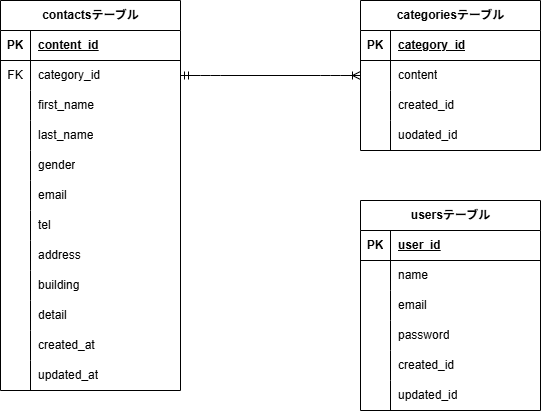
The draw.io diagram er.drawio.png in miho-85-ux/testcontact-form, before a commit. Source tidied: cells renumbered, new cells last; positions are measured from the earlier drawing's top-left corner, leaving out a move shared by most shapes.
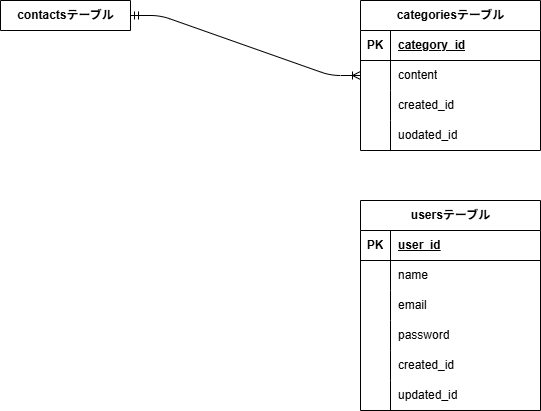
Later version of the same file.

The edit, as a diff of the source:
```diff
@@ -98,119 +98,8 @@
     <mxCell id="33" value="updated_id" style="shape=partialRectangle;fillColor=none;top=0;left=0;bottom=0;right=0;align=left;spacingLeft=6;overflow=hidden;whiteSpace=wrap;html=1;" parent="31" vertex="1">
       <mxGeometry x="30" width="150" height="30" as="geometry" />
     </mxCell>
-    <mxCell id="34" value="contactsテーブル" style="shape=table;startSize=30;rowLines=0;fontStyle=1;align=center;html=1;" parent="1" vertex="1">
-      <mxGeometry width="180" height="390" as="geometry" />
+    <mxCell id="34" value="contactsテーブル" style="shape=table;startSize=30;rowLines=0;fontStyle=1;align=center;html=1;" parent="1" vertex="1" collapsed="1">
+      <mxGeometry width="130" height="30" as="geometry" />
     </mxCell>
-    <mxCell id="35" style="shape=tableRow;horizontal=0;startSize=0;swimlaneHead=0;swimlaneBody=0;fillColor=none;top=0;left=0;right=0;bottom=1;" parent="34" vertex="1">
-      <mxGeometry y="30" width="180" height="30" as="geometry" />
-    </mxCell>
-    <mxCell id="36" value="PK" style="shape=partialRectangle;fillColor=none;top=0;left=0;bottom=0;right=0;fontStyle=1;overflow=hidden;whiteSpace=wrap;html=1;" parent="35" vertex="1">
-      <mxGeometry width="30" height="30" as="geometry" />
-    </mxCell>
-    <mxCell id="37" value="content_id" style="shape=partialRectangle;fillColor=none;top=0;left=0;bottom=0;right=0;align=left;spacingLeft=6;fontStyle=5;overflow=hidden;whiteSpace=wrap;html=1;" parent="35" vertex="1">
-      <mxGeometry x="30" width="150" height="30" as="geometry" />
-    </mxCell>
-    <mxCell id="38" style="shape=tableRow;horizontal=0;startSize=0;swimlaneHead=0;swimlaneBody=0;fillColor=none;points=[[0,0.5],[1,0.5]];portConstraint=eastwest;top=0;left=0;right=0;bottom=0;" parent="34" vertex="1">
-      <mxGeometry y="60" width="180" height="30" as="geometry" />
-    </mxCell>
-    <mxCell id="39" value="FK" style="shape=partialRectangle;fillColor=none;top=0;left=0;bottom=0;right=0;overflow=hidden;whiteSpace=wrap;html=1;" parent="38" vertex="1">
-      <mxGeometry width="30" height="30" as="geometry" />
-    </mxCell>
-    <mxCell id="40" value="category_id" style="shape=partialRectangle;fillColor=none;top=0;left=0;bottom=0;right=0;align=left;spacingLeft=6;overflow=hidden;whiteSpace=wrap;html=1;" parent="38" vertex="1">
-      <mxGeometry x="30" width="150" height="30" as="geometry" />
-    </mxCell>
-    <mxCell id="41" style="shape=tableRow;horizontal=0;startSize=0;swimlaneHead=0;swimlaneBody=0;fillColor=none;top=0;left=0;right=0;bottom=0;" parent="34" vertex="1">
-      <mxGeometry y="90" width="180" height="30" as="geometry" />
-    </mxCell>
-    <mxCell id="42" style="shape=partialRectangle;fillColor=none;top=0;left=0;bottom=0;right=0;overflow=hidden;whiteSpace=wrap;html=1;" parent="41" vertex="1">
-      <mxGeometry width="30" height="30" as="geometry" />
-    </mxCell>
-    <mxCell id="43" value="first_name" style="shape=partialRectangle;fillColor=none;top=0;left=0;bottom=0;right=0;align=left;spacingLeft=6;overflow=hidden;whiteSpace=wrap;html=1;" parent="41" vertex="1">
-      <mxGeometry x="30" width="150" height="30" as="geometry" />
-    </mxCell>
-    <mxCell id="44" style="shape=tableRow;horizontal=0;startSize=0;swimlaneHead=0;swimlaneBody=0;fillColor=none;top=0;left=0;right=0;bottom=0;" parent="34" vertex="1">
-      <mxGeometry y="120" width="180" height="30" as="geometry" />
-    </mxCell>
-    <mxCell id="45" style="shape=partialRectangle;fillColor=none;top=0;left=0;bottom=0;right=0;overflow=hidden;whiteSpace=wrap;html=1;" parent="44" vertex="1">
-      <mxGeometry width="30" height="30" as="geometry" />
-    </mxCell>
-    <mxCell id="46" value="last_name" style="shape=partialRectangle;fillColor=none;top=0;left=0;bottom=0;right=0;align=left;spacingLeft=6;overflow=hidden;whiteSpace=wrap;html=1;" parent="44" vertex="1">
-      <mxGeometry x="30" width="150" height="30" as="geometry" />
-    </mxCell>
-    <mxCell id="47" style="shape=tableRow;horizontal=0;startSize=0;swimlaneHead=0;swimlaneBody=0;fillColor=none;top=0;left=0;right=0;bottom=0;" parent="34" vertex="1">
-      <mxGeometry y="150" width="180" height="30" as="geometry" />
-    </mxCell>
-    <mxCell id="48" style="shape=partialRectangle;fillColor=none;top=0;left=0;bottom=0;right=0;overflow=hidden;whiteSpace=wrap;html=1;" parent="47" vertex="1">
-      <mxGeometry width="30" height="30" as="geometry" />
-    </mxCell>
-    <mxCell id="49" value="gender" style="shape=partialRectangle;fillColor=none;top=0;left=0;bottom=0;right=0;align=left;spacingLeft=6;overflow=hidden;whiteSpace=wrap;html=1;" parent="47" vertex="1">
-      <mxGeometry x="30" width="150" height="30" as="geometry" />
-    </mxCell>
-    <mxCell id="50" style="shape=tableRow;horizontal=0;startSize=0;swimlaneHead=0;swimlaneBody=0;fillColor=none;top=0;left=0;right=0;bottom=0;" parent="34" vertex="1">
-      <mxGeometry y="180" width="180" height="30" as="geometry" />
-    </mxCell>
-    <mxCell id="51" style="shape=partialRectangle;fillColor=none;top=0;left=0;bottom=0;right=0;overflow=hidden;whiteSpace=wrap;html=1;" parent="50" vertex="1">
-      <mxGeometry width="30" height="30" as="geometry" />
-    </mxCell>
-    <mxCell id="52" value="email" style="shape=partialRectangle;fillColor=none;top=0;left=0;bottom=0;right=0;align=left;spacingLeft=6;overflow=hidden;whiteSpace=wrap;html=1;" parent="50" vertex="1">
-      <mxGeometry x="30" width="150" height="30" as="geometry" />
-    </mxCell>
-    <mxCell id="53" style="shape=tableRow;horizontal=0;startSize=0;swimlaneHead=0;swimlaneBody=0;fillColor=none;top=0;left=0;right=0;bottom=0;" parent="34" vertex="1">
-      <mxGeometry y="210" width="180" height="30" as="geometry" />
-    </mxCell>
-    <mxCell id="54" style="shape=partialRectangle;fillColor=none;top=0;left=0;bottom=0;right=0;overflow=hidden;whiteSpace=wrap;html=1;" parent="53" vertex="1">
-      <mxGeometry width="30" height="30" as="geometry" />
-    </mxCell>
-    <mxCell id="55" value="tel" style="shape=partialRectangle;fillColor=none;top=0;left=0;bottom=0;right=0;align=left;spacingLeft=6;overflow=hidden;whiteSpace=wrap;html=1;" parent="53" vertex="1">
-      <mxGeometry x="30" width="150" height="30" as="geometry" />
-    </mxCell>
-    <mxCell id="56" style="shape=tableRow;horizontal=0;startSize=0;swimlaneHead=0;swimlaneBody=0;fillColor=none;top=0;left=0;right=0;bottom=0;" parent="34" vertex="1">
-      <mxGeometry y="240" width="180" height="30" as="geometry" />
-    </mxCell>
-    <mxCell id="57" style="shape=partialRectangle;fillColor=none;top=0;left=0;bottom=0;right=0;overflow=hidden;whiteSpace=wrap;html=1;" parent="56" vertex="1">
-      <mxGeometry width="30" height="30" as="geometry" />
-    </mxCell>
-    <mxCell id="58" value="address" style="shape=partialRectangle;fillColor=none;top=0;left=0;bottom=0;right=0;align=left;spacingLeft=6;overflow=hidden;whiteSpace=wrap;html=1;" parent="56" vertex="1">
-      <mxGeometry x="30" width="150" height="30" as="geometry" />
-    </mxCell>
-    <mxCell id="59" style="shape=tableRow;horizontal=0;startSize=0;swimlaneHead=0;swimlaneBody=0;fillColor=none;top=0;left=0;right=0;bottom=0;" parent="34" vertex="1">
-      <mxGeometry y="270" width="180" height="30" as="geometry" />
-    </mxCell>
-    <mxCell id="60" style="shape=partialRectangle;fillColor=none;top=0;left=0;bottom=0;right=0;overflow=hidden;whiteSpace=wrap;html=1;" parent="59" vertex="1">
-      <mxGeometry width="30" height="30" as="geometry" />
-    </mxCell>
-    <mxCell id="61" value="building" style="shape=partialRectangle;fillColor=none;top=0;left=0;bottom=0;right=0;align=left;spacingLeft=6;overflow=hidden;whiteSpace=wrap;html=1;" parent="59" vertex="1">
-      <mxGeometry x="30" width="150" height="30" as="geometry" />
-    </mxCell>
-    <mxCell id="62" style="shape=tableRow;horizontal=0;startSize=0;swimlaneHead=0;swimlaneBody=0;fillColor=none;top=0;left=0;right=0;bottom=0;" parent="34" vertex="1">
-      <mxGeometry y="300" width="180" height="30" as="geometry" />
-    </mxCell>
-    <mxCell id="63" style="shape=partialRectangle;fillColor=none;top=0;left=0;bottom=0;right=0;overflow=hidden;whiteSpace=wrap;html=1;" parent="62" vertex="1">
-      <mxGeometry width="30" height="30" as="geometry" />
-    </mxCell>
-    <mxCell id="64" value="detail" style="shape=partialRectangle;fillColor=none;top=0;left=0;bottom=0;right=0;align=left;spacingLeft=6;overflow=hidden;whiteSpace=wrap;html=1;" parent="62" vertex="1">
-      <mxGeometry x="30" width="150" height="30" as="geometry" />
-    </mxCell>
-    <mxCell id="65" style="shape=tableRow;horizontal=0;startSize=0;swimlaneHead=0;swimlaneBody=0;fillColor=none;top=0;left=0;right=0;bottom=0;" parent="34" vertex="1">
-      <mxGeometry y="330" width="180" height="30" as="geometry" />
-    </mxCell>
-    <mxCell id="66" style="shape=partialRectangle;fillColor=none;top=0;left=0;bottom=0;right=0;overflow=hidden;whiteSpace=wrap;html=1;" parent="65" vertex="1">
-      <mxGeometry width="30" height="30" as="geometry" />
-    </mxCell>
-    <mxCell id="67" value="created_at" style="shape=partialRectangle;fillColor=none;top=0;left=0;bottom=0;right=0;align=left;spacingLeft=6;overflow=hidden;whiteSpace=wrap;html=1;" parent="65" vertex="1">
-      <mxGeometry x="30" width="150" height="30" as="geometry" />
-    </mxCell>
-    <mxCell id="68" style="shape=tableRow;horizontal=0;startSize=0;swimlaneHead=0;swimlaneBody=0;fillColor=none;top=0;left=0;right=0;bottom=0;" parent="34" vertex="1">
-      <mxGeometry y="360" width="180" height="30" as="geometry" />
-    </mxCell>
-    <mxCell id="69" style="shape=partialRectangle;fillColor=none;top=0;left=0;bottom=0;right=0;overflow=hidden;whiteSpace=wrap;html=1;" parent="68" vertex="1">
-      <mxGeometry width="30" height="30" as="geometry" />
-    </mxCell>
-    <mxCell id="70" value="updated_at" style="shape=partialRectangle;fillColor=none;top=0;left=0;bottom=0;right=0;align=left;spacingLeft=6;overflow=hidden;whiteSpace=wrap;html=1;" parent="68" vertex="1">
-      <mxGeometry x="30" width="150" height="30" as="geometry" />
-    </mxCell>
-    <mxCell id="71" style="edgeStyle=entityRelationEdgeStyle;fontSize=12;html=1;endArrow=ERoneToMany;startArrow=ERmandOne;exitX=1;exitY=0.5;exitDx=0;exitDy=0;entryX=0;entryY=0.5;entryDx=0;entryDy=0;" parent="1" edge="1" source="38" target="6">
-      <mxGeometry relative="1" as="geometry" />
-    </mxCell>
   </root>
 </mxGraphModel>
```
